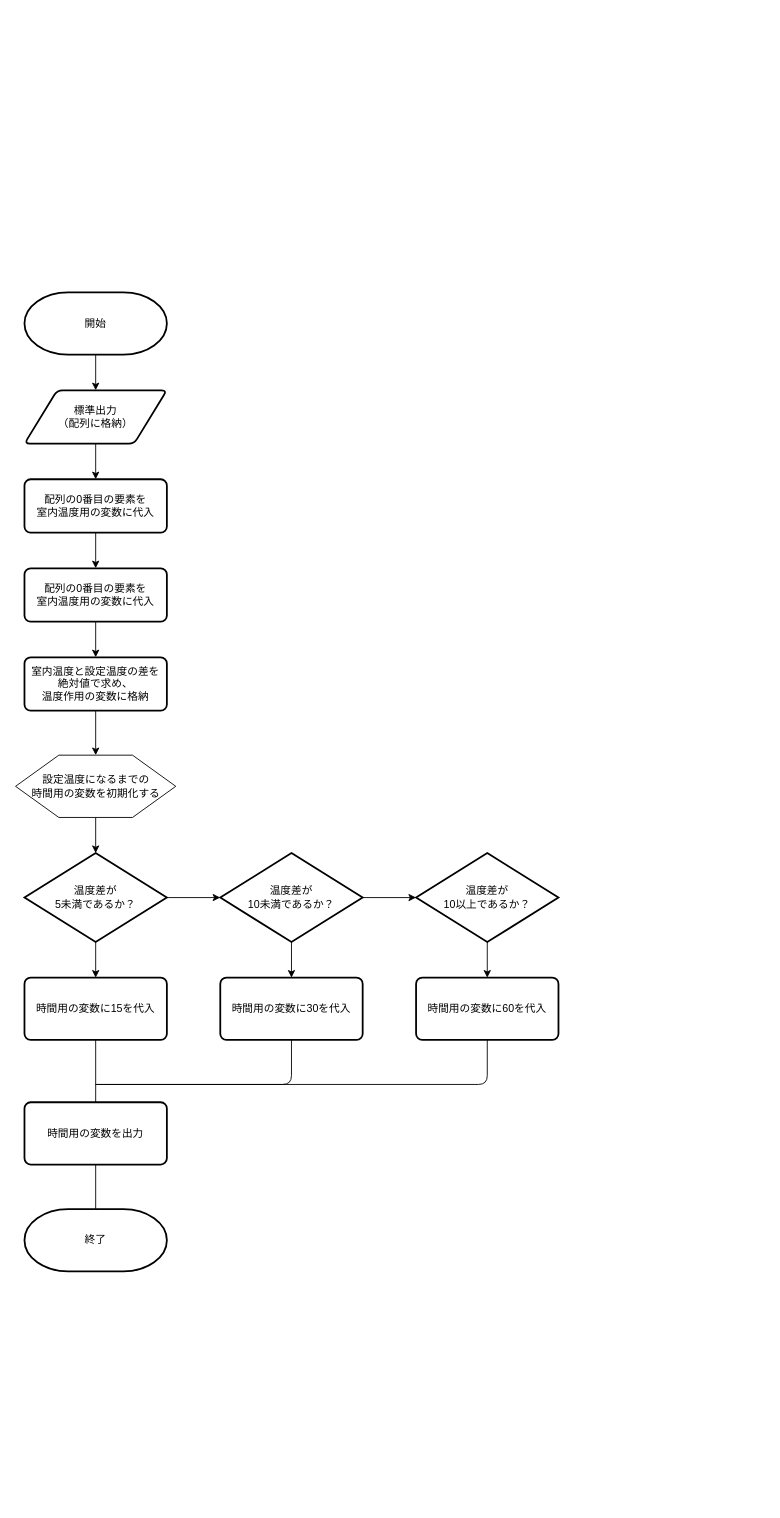
Earlier version of the draw.io diagram stdin_sample/4.drawio (terada0628/DWC_algorithm). Source tidied: cells renumbered, new cells numbered last; positions are measured from the earlier drawing's top-left corner, leaving out a move shared by most shapes. Both pictures are drawn from the tidied source at 89%, with x=0, y=0 at pixel (15, 292).
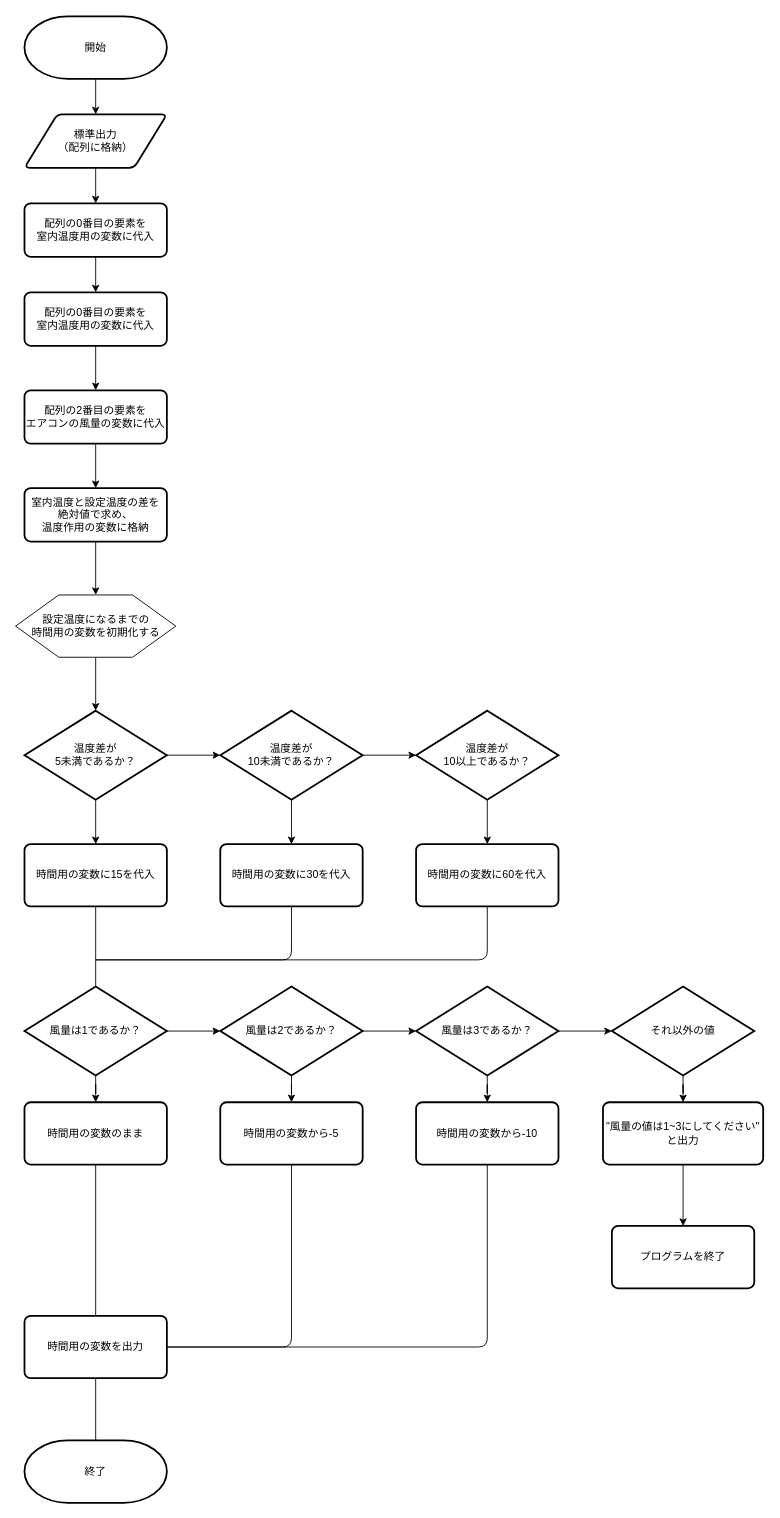
The same page after the edit.

The edit, as a diff of the source:
```diff
@@
     <mxCell id="3" value="開始" style="strokeWidth=2;html=1;shape=mxgraph.flowchart.terminator;whiteSpace=wrap;" parent="1" vertex="1">
-      <mxGeometry x="10" width="160" height="70" as="geometry" />
+      <mxGeometry x="10" y="-310" width="160" height="70" as="geometry" />
     </mxCell>
@@
     <mxCell id="5" value="標準出力&lt;br&gt;（配列に格納）&lt;br&gt;" style="shape=parallelogram;html=1;strokeWidth=2;perimeter=parallelogramPerimeter;whiteSpace=wrap;rounded=1;arcSize=12;size=0.23;" parent="1" vertex="1">
-      <mxGeometry x="10" y="110" width="160" height="60" as="geometry" />
+      <mxGeometry x="10" y="-200" width="160" height="60" as="geometry" />
     </mxCell>
@@
     <mxCell id="7" value="配列の0番目の要素を&lt;br&gt;室内温度用の変数に代入&lt;br&gt;" style="rounded=1;whiteSpace=wrap;html=1;absoluteArcSize=1;arcSize=14;strokeWidth=2;" parent="1" vertex="1">
-      <mxGeometry x="10" y="210" width="160" height="60" as="geometry" />
+      <mxGeometry x="10" y="-100" width="160" height="60" as="geometry" />
     </mxCell>
-    <mxCell id="8" style="edgeStyle=orthogonalEdgeStyle;rounded=0;jettySize=auto;html=1;" parent="1" edge="1" source="9" target="11">
+    <mxCell id="8" style="edgeStyle=orthogonalEdgeStyle;rounded=0;jettySize=auto;html=1;entryX=0.5;entryY=0;entryDx=0;entryDy=0;" parent="1" edge="1" source="9" target="33">
       <mxGeometry relative="1" as="geometry" />
     </mxCell>
     <mxCell id="9" value="配列の0番目の要素を&lt;br&gt;室内温度用の変数に代入&lt;br&gt;" style="rounded=1;whiteSpace=wrap;html=1;absoluteArcSize=1;arcSize=14;strokeWidth=2;" parent="1" vertex="1">
-      <mxGeometry x="10" y="310" width="160" height="60" as="geometry" />
+      <mxGeometry x="10" width="160" height="60" as="geometry" />
     </mxCell>
@@
     <mxCell id="11" value="室内温度と設定温度の差を&lt;br&gt;絶対値で求め、&lt;br&gt;温度作用の変数に格納&lt;br&gt;" style="rounded=1;whiteSpace=wrap;html=1;absoluteArcSize=1;arcSize=14;strokeWidth=2;" parent="1" vertex="1">
-      <mxGeometry x="10" y="410" width="160" height="60" as="geometry" />
+      <mxGeometry x="10" y="220" width="160" height="60" as="geometry" />
     </mxCell>
@@
     <mxCell id="13" style="verticalLabelPosition=bottom;verticalAlign=top;html=1;shape=hexagon;perimeter=hexagonPerimeter2;arcSize=6;size=0.27;" parent="1" vertex="1">
-      <mxGeometry y="520" width="180" height="70" as="geometry" />
+      <mxGeometry y="340" width="180" height="70" as="geometry" />
     </mxCell>
     <mxCell id="14" value="設定温度になるまでの&lt;br&gt;時間用の変数を初期化する" style="text;html=1;align=center;verticalAlign=middle;fillColor=none;strokeColor=none;rounded=0;" parent="1" vertex="1">
-      <mxGeometry x="10" y="540" width="160" height="30" as="geometry" />
+      <mxGeometry x="10" y="360" width="160" height="30" as="geometry" />
     </mxCell>
@@
     <mxCell id="17" value="温度差が&lt;br&gt;5未満であるか？&lt;br&gt;" style="strokeWidth=2;html=1;shape=mxgraph.flowchart.decision;whiteSpace=wrap;" parent="1" vertex="1">
-      <mxGeometry x="10" y="630" width="160" height="100" as="geometry" />
+      <mxGeometry x="10" y="470" width="160" height="100" as="geometry" />
     </mxCell>
@@
     <mxCell id="20" value="温度差が&lt;br&gt;10未満であるか？&lt;br&gt;" style="strokeWidth=2;html=1;shape=mxgraph.flowchart.decision;whiteSpace=wrap;" parent="1" vertex="1">
-      <mxGeometry x="230" y="630" width="160" height="100" as="geometry" />
+      <mxGeometry x="230" y="470" width="160" height="100" as="geometry" />
     </mxCell>
@@
     <mxCell id="22" value="温度差が&lt;br&gt;10以上であるか？&lt;br&gt;" style="strokeWidth=2;html=1;shape=mxgraph.flowchart.decision;whiteSpace=wrap;" parent="1" vertex="1">
-      <mxGeometry x="450" y="630" width="160" height="100" as="geometry" />
+      <mxGeometry x="450" y="470" width="160" height="100" as="geometry" />
     </mxCell>
     <mxCell id="23" value="時間用の変数に15を代入" style="rounded=1;whiteSpace=wrap;html=1;absoluteArcSize=1;arcSize=14;strokeWidth=2;" parent="1" vertex="1">
-      <mxGeometry x="10" y="770" width="160" height="70" as="geometry" />
+      <mxGeometry x="10" y="620" width="160" height="70" as="geometry" />
     </mxCell>
     <mxCell id="24" value="時間用の変数に60を代入" style="rounded=1;whiteSpace=wrap;html=1;absoluteArcSize=1;arcSize=14;strokeWidth=2;" parent="1" vertex="1">
-      <mxGeometry x="450" y="770" width="160" height="70" as="geometry" />
+      <mxGeometry x="450" y="620" width="160" height="70" as="geometry" />
     </mxCell>
     <mxCell id="25" value="時間用の変数に30を代入" style="rounded=1;whiteSpace=wrap;html=1;absoluteArcSize=1;arcSize=14;strokeWidth=2;" parent="1" vertex="1">
-      <mxGeometry x="230" y="770" width="160" height="70" as="geometry" />
+      <mxGeometry x="230" y="620" width="160" height="70" as="geometry" />
     </mxCell>
     <mxCell id="26" value="時間用の変数を出力" style="rounded=1;whiteSpace=wrap;html=1;absoluteArcSize=1;arcSize=14;strokeWidth=2;" parent="1" vertex="1">
-      <mxGeometry x="10" y="910" width="160" height="70" as="geometry" />
+      <mxGeometry x="10" y="1150" width="160" height="70" as="geometry" />
     </mxCell>
-    <mxCell id="27" style="endArrow=none;html=1;entryX=0.5;entryY=1;entryDx=0;entryDy=0;exitX=0.5;exitY=0;exitDx=0;exitDy=0;" parent="1" edge="1" source="26" target="23">
-      <mxGeometry relative="1" as="geometry" />
+    <mxCell id="27" style="endArrow=none;html=1;entryX=0.5;entryY=1;entryDx=0;entryDy=0;" parent="1" edge="1" target="23">
+      <mxGeometry relative="1" as="geometry">
+        <mxPoint x="90" y="790" as="sourcePoint" />
+      </mxGeometry>
     </mxCell>
     <mxCell id="28" style="endArrow=none;html=1;entryX=0.5;entryY=1;entryDx=0;entryDy=0;" parent="1" edge="1" target="24">
       <mxGeometry relative="1" as="geometry">
-        <mxPoint x="90" y="890" as="sourcePoint" />
+        <mxPoint x="90" y="750" as="sourcePoint" />
         <Array as="points">
-          <mxPoint x="530" y="890" />
+          <mxPoint x="530" y="750" />
         </Array>
       </mxGeometry>
     </mxCell>
     <mxCell id="29" style="endArrow=none;html=1;entryX=0.5;entryY=1;entryDx=0;entryDy=0;" parent="1" edge="1" target="25">
       <mxGeometry relative="1" as="geometry">
-        <mxPoint x="90" y="890" as="sourcePoint" />
+        <mxPoint x="90" y="750" as="sourcePoint" />
         <Array as="points">
-          <mxPoint x="310" y="890" />
+          <mxPoint x="310" y="750" />
         </Array>
       </mxGeometry>
     </mxCell>
     <mxCell id="30" value="終了" style="strokeWidth=2;html=1;shape=mxgraph.flowchart.terminator;whiteSpace=wrap;" parent="1" vertex="1">
-      <mxGeometry x="10" y="1030" width="160" height="70" as="geometry" />
+      <mxGeometry x="10" y="1290" width="160" height="70" as="geometry" />
     </mxCell>
@@
+    <mxCell id="32" style="edgeStyle=orthogonalEdgeStyle;rounded=0;jettySize=auto;html=1;entryX=0.5;entryY=0;entryDx=0;entryDy=0;" parent="1" edge="1" source="33" target="11">
+      <mxGeometry relative="1" as="geometry" />
+    </mxCell>
+    <mxCell id="33" value="配列の2番目の要素を&lt;br&gt;エアコンの風量の変数に代入&lt;br&gt;" style="rounded=1;whiteSpace=wrap;html=1;absoluteArcSize=1;arcSize=14;strokeWidth=2;" parent="1" vertex="1">
+      <mxGeometry x="10" y="110" width="160" height="60" as="geometry" />
+    </mxCell>
+    <mxCell id="34" style="edgeStyle=orthogonalEdgeStyle;rounded=0;jettySize=auto;html=1;entryX=0;entryY=0.5;entryDx=0;entryDy=0;entryPerimeter=0;" parent="1" edge="1" source="36" target="44">
+      <mxGeometry relative="1" as="geometry" />
+    </mxCell>
+    <mxCell id="35" style="edgeStyle=orthogonalEdgeStyle;rounded=0;jettySize=auto;html=1;entryX=0.5;entryY=0;entryDx=0;entryDy=0;" parent="1" edge="1" source="36" target="47">
+      <mxGeometry relative="1" as="geometry" />
+    </mxCell>
+    <mxCell id="36" value="風量は1であるか？&lt;br&gt;" style="strokeWidth=2;html=1;shape=mxgraph.flowchart.decision;whiteSpace=wrap;" parent="1" vertex="1">
+      <mxGeometry x="10" y="780" width="160" height="100" as="geometry" />
+    </mxCell>
+    <mxCell id="37" style="edgeStyle=orthogonalEdgeStyle;rounded=0;jettySize=auto;html=1;entryX=0.5;entryY=0;entryDx=0;entryDy=0;" parent="1" edge="1" source="38" target="50">
+      <mxGeometry relative="1" as="geometry" />
+    </mxCell>
+    <mxCell id="38" value="それ以外の値&lt;br&gt;" style="strokeWidth=2;html=1;shape=mxgraph.flowchart.decision;whiteSpace=wrap;" parent="1" vertex="1">
+      <mxGeometry x="670" y="780" width="160" height="100" as="geometry" />
+    </mxCell>
+    <mxCell id="39" style="edgeStyle=orthogonalEdgeStyle;rounded=0;jettySize=auto;html=1;entryX=0;entryY=0.5;entryDx=0;entryDy=0;entryPerimeter=0;" parent="1" edge="1" source="41" target="38">
+      <mxGeometry relative="1" as="geometry" />
+    </mxCell>
+    <mxCell id="40" style="edgeStyle=orthogonalEdgeStyle;rounded=0;jettySize=auto;html=1;" parent="1" edge="1" source="41" target="45">
+      <mxGeometry relative="1" as="geometry" />
+    </mxCell>
+    <mxCell id="41" value="風量は3であるか？&lt;br&gt;" style="strokeWidth=2;html=1;shape=mxgraph.flowchart.decision;whiteSpace=wrap;" parent="1" vertex="1">
+      <mxGeometry x="450" y="780" width="160" height="100" as="geometry" />
+    </mxCell>
+    <mxCell id="42" style="edgeStyle=orthogonalEdgeStyle;rounded=0;jettySize=auto;html=1;" parent="1" edge="1" source="44" target="41">
+      <mxGeometry relative="1" as="geometry" />
+    </mxCell>
+    <mxCell id="43" style="edgeStyle=orthogonalEdgeStyle;rounded=0;jettySize=auto;html=1;entryX=0.5;entryY=0;entryDx=0;entryDy=0;" parent="1" edge="1" source="44" target="46">
+      <mxGeometry relative="1" as="geometry" />
+    </mxCell>
+    <mxCell id="44" value="風量は2であるか？&lt;br&gt;" style="strokeWidth=2;html=1;shape=mxgraph.flowchart.decision;whiteSpace=wrap;" parent="1" vertex="1">
+      <mxGeometry x="230" y="780" width="160" height="100" as="geometry" />
+    </mxCell>
+    <mxCell id="45" value="時間用の変数から-10" style="rounded=1;whiteSpace=wrap;html=1;absoluteArcSize=1;arcSize=14;strokeWidth=2;" parent="1" vertex="1">
+      <mxGeometry x="450" y="910" width="160" height="70" as="geometry" />
+    </mxCell>
+    <mxCell id="46" value="時間用の変数から-5" style="rounded=1;whiteSpace=wrap;html=1;absoluteArcSize=1;arcSize=14;strokeWidth=2;" parent="1" vertex="1">
+      <mxGeometry x="230" y="910" width="160" height="70" as="geometry" />
+    </mxCell>
+    <mxCell id="47" value="時間用の変数のまま" style="rounded=1;whiteSpace=wrap;html=1;absoluteArcSize=1;arcSize=14;strokeWidth=2;" parent="1" vertex="1">
+      <mxGeometry x="10" y="910" width="160" height="70" as="geometry" />
+    </mxCell>
+    <mxCell id="48" value="プログラムを終了" style="rounded=1;whiteSpace=wrap;html=1;absoluteArcSize=1;arcSize=14;strokeWidth=2;" parent="1" vertex="1">
+      <mxGeometry x="670" y="1049" width="160" height="70" as="geometry" />
+    </mxCell>
+    <mxCell id="49" style="edgeStyle=orthogonalEdgeStyle;rounded=0;jettySize=auto;html=1;entryX=0.5;entryY=0;entryDx=0;entryDy=0;" parent="1" edge="1" source="50" target="48">
+      <mxGeometry relative="1" as="geometry" />
+    </mxCell>
+    <mxCell id="50" value="&quot;風量の値は1~3にしてください&quot;&lt;br&gt;と出力" style="rounded=1;whiteSpace=wrap;html=1;absoluteArcSize=1;arcSize=14;strokeWidth=2;" parent="1" vertex="1">
+      <mxGeometry x="660" y="910" width="180" height="70" as="geometry" />
+    </mxCell>
+    <mxCell id="51" style="endArrow=none;html=1;entryX=0.5;entryY=1;entryDx=0;entryDy=0;exitX=1;exitY=0.5;exitDx=0;exitDy=0;" parent="1" edge="1" source="26" target="46">
+      <mxGeometry relative="1" as="geometry">
+        <Array as="points">
+          <mxPoint x="310" y="1185" />
+        </Array>
+      </mxGeometry>
+    </mxCell>
+    <mxCell id="52" style="endArrow=none;html=1;entryX=0.5;entryY=1;entryDx=0;entryDy=0;exitX=0.5;exitY=0;exitDx=0;exitDy=0;" parent="1" edge="1" source="26" target="47">
+      <mxGeometry relative="1" as="geometry" />
+    </mxCell>
+    <mxCell id="53" style="endArrow=none;html=1;entryX=0.5;entryY=1;entryDx=0;entryDy=0;exitX=1;exitY=0.5;exitDx=0;exitDy=0;" parent="1" edge="1" source="26" target="45">
+      <mxGeometry relative="1" as="geometry">
+        <Array as="points">
+          <mxPoint x="530" y="1185" />
+        </Array>
+      </mxGeometry>
+    </mxCell>
```
